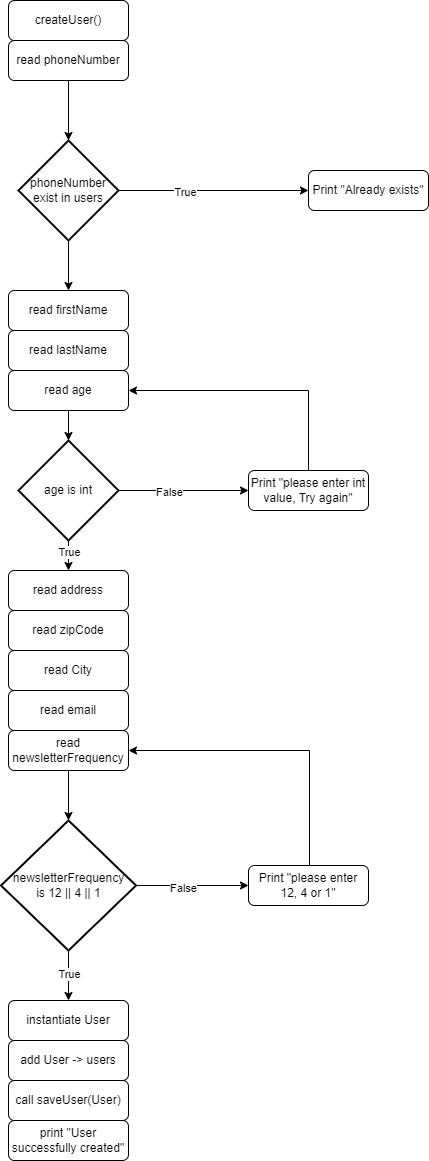
stoffer123/GF2_Projekt keeps this draw.io diagram as Diagrams/createUserFlowChart.drawio.png. Above is the earlier version. Source tidied: cells renumbered, new cells last; positions are measured from the earlier drawing's top-left corner, leaving out a move shared by most shapes. The source it was exported from:
```xml
<mxGraphModel>
  <root>
    <mxCell id="0" />
    <mxCell id="1" parent="0" />
    <mxCell id="2" value="createUser()" style="rounded=1;whiteSpace=wrap;html=1;fontSize=12;glass=0;strokeWidth=1;shadow=0;" parent="1" vertex="1">
      <mxGeometry x="8" width="120" height="40" as="geometry" />
    </mxCell>
    <mxCell id="3" value="read phoneNumber" style="rounded=1;whiteSpace=wrap;html=1;fontSize=12;glass=0;strokeWidth=1;shadow=0;" parent="1" vertex="1">
      <mxGeometry x="8" y="40" width="120" height="40" as="geometry" />
    </mxCell>
    <mxCell id="4" style="edgeStyle=orthogonalEdgeStyle;rounded=0;jettySize=auto;html=1;entryX=0;entryY=0.5;entryDx=0;entryDy=0;" parent="1" edge="1" source="7" target="9">
      <mxGeometry relative="1" as="geometry" />
    </mxCell>
    <mxCell id="5" value="True" style="edgeLabel;html=1;align=center;verticalAlign=middle;" parent="4" vertex="1">
      <mxGeometry x="-0.3" y="-1" relative="1" as="geometry" />
    </mxCell>
    <mxCell id="6" style="edgeStyle=orthogonalEdgeStyle;rounded=0;jettySize=auto;html=1;entryX=0.5;entryY=0;entryDx=0;entryDy=0;" parent="1" edge="1" source="7" target="10">
      <mxGeometry relative="1" as="geometry" />
    </mxCell>
    <mxCell id="7" value="phoneNumber exist in users" style="strokeWidth=2;html=1;shape=mxgraph.flowchart.decision;whiteSpace=wrap;" parent="1" vertex="1">
      <mxGeometry x="18" y="140" width="100" height="100" as="geometry" />
    </mxCell>
    <mxCell id="8" style="edgeStyle=orthogonalEdgeStyle;rounded=0;jettySize=auto;html=1;entryX=0.5;entryY=0;entryDx=0;entryDy=0;entryPerimeter=0;" parent="1" edge="1" source="3" target="7">
      <mxGeometry relative="1" as="geometry" />
    </mxCell>
    <mxCell id="9" value="Print &quot;Already exists&quot;" style="rounded=1;whiteSpace=wrap;html=1;fontSize=12;glass=0;strokeWidth=1;shadow=0;" parent="1" vertex="1">
      <mxGeometry x="308" y="170" width="120" height="40" as="geometry" />
    </mxCell>
    <mxCell id="10" value="read firstName" style="rounded=1;whiteSpace=wrap;html=1;fontSize=12;glass=0;strokeWidth=1;shadow=0;" parent="1" vertex="1">
      <mxGeometry x="8" y="290" width="120" height="40" as="geometry" />
    </mxCell>
    <mxCell id="11" value="read lastName" style="rounded=1;whiteSpace=wrap;html=1;fontSize=12;glass=0;strokeWidth=1;shadow=0;" parent="1" vertex="1">
      <mxGeometry x="8" y="330" width="120" height="40" as="geometry" />
    </mxCell>
    <mxCell id="12" style="edgeStyle=orthogonalEdgeStyle;rounded=0;jettySize=auto;html=1;" parent="1" edge="1" source="13" target="18">
      <mxGeometry relative="1" as="geometry" />
    </mxCell>
    <mxCell id="13" value="read age" style="rounded=1;whiteSpace=wrap;html=1;fontSize=12;glass=0;strokeWidth=1;shadow=0;" parent="1" vertex="1">
      <mxGeometry x="8" y="370" width="120" height="40" as="geometry" />
    </mxCell>
    <mxCell id="14" style="edgeStyle=orthogonalEdgeStyle;rounded=0;jettySize=auto;html=1;entryX=0;entryY=0.5;entryDx=0;entryDy=0;" parent="1" edge="1" source="18" target="20">
      <mxGeometry relative="1" as="geometry" />
    </mxCell>
    <mxCell id="15" value="False" style="edgeLabel;html=1;align=center;verticalAlign=middle;" parent="14" vertex="1">
      <mxGeometry x="-0.23" y="-1" relative="1" as="geometry" />
    </mxCell>
    <mxCell id="16" style="edgeStyle=orthogonalEdgeStyle;rounded=0;jettySize=auto;html=1;entryX=0.5;entryY=0;entryDx=0;entryDy=0;" parent="1" edge="1" source="18" target="21">
      <mxGeometry relative="1" as="geometry" />
    </mxCell>
    <mxCell id="17" value="True" style="edgeLabel;html=1;align=center;verticalAlign=middle;" parent="16" vertex="1">
      <mxGeometry x="0.24" relative="1" as="geometry" />
    </mxCell>
    <mxCell id="18" value="age is int" style="strokeWidth=2;html=1;shape=mxgraph.flowchart.decision;whiteSpace=wrap;" parent="1" vertex="1">
      <mxGeometry x="18" y="440" width="100" height="100" as="geometry" />
    </mxCell>
    <mxCell id="19" style="edgeStyle=orthogonalEdgeStyle;rounded=0;jettySize=auto;html=1;entryX=1;entryY=0.5;entryDx=0;entryDy=0;" parent="1" edge="1" source="20" target="13">
      <mxGeometry relative="1" as="geometry">
        <Array as="points">
          <mxPoint x="308" y="390" />
        </Array>
      </mxGeometry>
    </mxCell>
    <mxCell id="20" value="Print &quot;please enter int value, Try again&quot;" style="rounded=1;whiteSpace=wrap;html=1;fontSize=12;glass=0;strokeWidth=1;shadow=0;" parent="1" vertex="1">
      <mxGeometry x="248" y="470" width="120" height="40" as="geometry" />
    </mxCell>
    <mxCell id="21" value="read address" style="rounded=1;whiteSpace=wrap;html=1;fontSize=12;glass=0;strokeWidth=1;shadow=0;" parent="1" vertex="1">
      <mxGeometry x="8" y="570" width="120" height="40" as="geometry" />
    </mxCell>
    <mxCell id="22" value="read zipCode" style="rounded=1;whiteSpace=wrap;html=1;fontSize=12;glass=0;strokeWidth=1;shadow=0;" parent="1" vertex="1">
      <mxGeometry x="8" y="610" width="120" height="40" as="geometry" />
    </mxCell>
    <mxCell id="23" value="read City" style="rounded=1;whiteSpace=wrap;html=1;fontSize=12;glass=0;strokeWidth=1;shadow=0;" parent="1" vertex="1">
      <mxGeometry x="8" y="650" width="120" height="40" as="geometry" />
    </mxCell>
    <mxCell id="24" value="read email" style="rounded=1;whiteSpace=wrap;html=1;fontSize=12;glass=0;strokeWidth=1;shadow=0;" parent="1" vertex="1">
      <mxGeometry x="8" y="690" width="120" height="40" as="geometry" />
    </mxCell>
    <mxCell id="25" value="read newsletterFrequency" style="rounded=1;whiteSpace=wrap;html=1;fontSize=12;glass=0;strokeWidth=1;shadow=0;" parent="1" vertex="1">
      <mxGeometry x="8" y="730" width="120" height="40" as="geometry" />
    </mxCell>
    <mxCell id="26" style="edgeStyle=orthogonalEdgeStyle;rounded=0;jettySize=auto;html=1;entryX=0;entryY=0.5;entryDx=0;entryDy=0;" parent="1" edge="1" source="30" target="33">
      <mxGeometry relative="1" as="geometry" />
    </mxCell>
    <mxCell id="27" value="False" style="edgeLabel;html=1;align=center;verticalAlign=middle;" parent="26" vertex="1">
      <mxGeometry x="-0.17" y="-2" relative="1" as="geometry" />
    </mxCell>
    <mxCell id="28" style="edgeStyle=orthogonalEdgeStyle;rounded=0;jettySize=auto;html=1;entryX=0.5;entryY=0;entryDx=0;entryDy=0;" parent="1" edge="1" source="30" target="34">
      <mxGeometry relative="1" as="geometry" />
    </mxCell>
    <mxCell id="29" value="True" style="edgeLabel;html=1;align=center;verticalAlign=middle;" parent="28" vertex="1">
      <mxGeometry x="-0.08" relative="1" as="geometry" />
    </mxCell>
    <mxCell id="30" value="newsletterFrequency&lt;div&gt;is 12 || 4 || 1&lt;/div&gt;" style="strokeWidth=2;html=1;shape=mxgraph.flowchart.decision;whiteSpace=wrap;" parent="1" vertex="1">
      <mxGeometry x="0.5" y="820" width="135" height="130" as="geometry" />
    </mxCell>
    <mxCell id="31" style="edgeStyle=orthogonalEdgeStyle;rounded=0;jettySize=auto;html=1;entryX=0.5;entryY=0;entryDx=0;entryDy=0;entryPerimeter=0;" parent="1" edge="1" source="25" target="30">
      <mxGeometry relative="1" as="geometry" />
    </mxCell>
    <mxCell id="32" style="edgeStyle=orthogonalEdgeStyle;rounded=0;jettySize=auto;html=1;" parent="1" edge="1" source="33" target="25">
      <mxGeometry relative="1" as="geometry">
        <Array as="points">
          <mxPoint x="309" y="750" />
        </Array>
      </mxGeometry>
    </mxCell>
    <mxCell id="33" value="Print &quot;please enter 12, 4 or 1&quot;" style="rounded=1;whiteSpace=wrap;html=1;fontSize=12;glass=0;strokeWidth=1;shadow=0;" parent="1" vertex="1">
      <mxGeometry x="248" y="865" width="120" height="40" as="geometry" />
    </mxCell>
    <mxCell id="34" value="instantiate User" style="rounded=1;whiteSpace=wrap;html=1;fontSize=12;glass=0;strokeWidth=1;shadow=0;" parent="1" vertex="1">
      <mxGeometry x="8" y="1000" width="120" height="40" as="geometry" />
    </mxCell>
    <mxCell id="35" value="add User -&amp;gt; users" style="rounded=1;whiteSpace=wrap;html=1;fontSize=12;glass=0;strokeWidth=1;shadow=0;" parent="1" vertex="1">
      <mxGeometry x="8" y="1040" width="120" height="40" as="geometry" />
    </mxCell>
    <mxCell id="36" value="call saveUser(User)" style="rounded=1;whiteSpace=wrap;html=1;fontSize=12;glass=0;strokeWidth=1;shadow=0;" parent="1" vertex="1">
      <mxGeometry x="8" y="1080" width="120" height="40" as="geometry" />
    </mxCell>
    <mxCell id="37" value="print &quot;User successfully created&quot;" style="rounded=1;whiteSpace=wrap;html=1;fontSize=12;glass=0;strokeWidth=1;shadow=0;" parent="1" vertex="1">
      <mxGeometry x="8" y="1120" width="120" height="40" as="geometry" />
    </mxCell>
  </root>
</mxGraphModel>
```
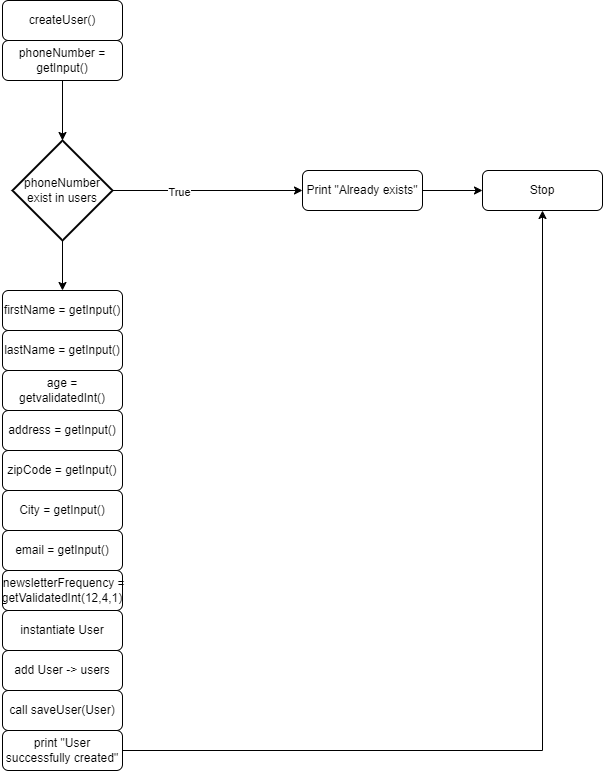
The same file after the commit.

Commit message:
Updated createUser() flowchart

The edit, as a diff of the source:
```diff
@@ -5,7 +5,7 @@
     <mxCell id="2" value="createUser()" style="rounded=1;whiteSpace=wrap;html=1;fontSize=12;glass=0;strokeWidth=1;shadow=0;" parent="1" vertex="1">
       <mxGeometry x="8" width="120" height="40" as="geometry" />
     </mxCell>
-    <mxCell id="3" value="read phoneNumber" style="rounded=1;whiteSpace=wrap;html=1;fontSize=12;glass=0;strokeWidth=1;shadow=0;" parent="1" vertex="1">
+    <mxCell id="3" value="phoneNumber = getInput()" style="rounded=1;whiteSpace=wrap;html=1;fontSize=12;glass=0;strokeWidth=1;shadow=0;" parent="1" vertex="1">
       <mxGeometry x="8" y="40" width="120" height="40" as="geometry" />
     </mxCell>
     <mxCell id="4" style="edgeStyle=orthogonalEdgeStyle;rounded=0;jettySize=auto;html=1;entryX=0;entryY=0.5;entryDx=0;entryDy=0;" parent="1" edge="1" source="7" target="9">
@@ -23,100 +23,56 @@
     <mxCell id="8" style="edgeStyle=orthogonalEdgeStyle;rounded=0;jettySize=auto;html=1;entryX=0.5;entryY=0;entryDx=0;entryDy=0;entryPerimeter=0;" parent="1" edge="1" source="3" target="7">
       <mxGeometry relative="1" as="geometry" />
     </mxCell>
+    <mxCell id="38" style="edgeStyle=orthogonalEdgeStyle;rounded=0;jettySize=auto;html=1;" parent="1" edge="1" source="9" target="40">
+      <mxGeometry relative="1" as="geometry" />
+    </mxCell>
     <mxCell id="9" value="Print &quot;Already exists&quot;" style="rounded=1;whiteSpace=wrap;html=1;fontSize=12;glass=0;strokeWidth=1;shadow=0;" parent="1" vertex="1">
       <mxGeometry x="308" y="170" width="120" height="40" as="geometry" />
     </mxCell>
-    <mxCell id="10" value="read firstName" style="rounded=1;whiteSpace=wrap;html=1;fontSize=12;glass=0;strokeWidth=1;shadow=0;" parent="1" vertex="1">
+    <mxCell id="10" value="firstName = getInput()" style="rounded=1;whiteSpace=wrap;html=1;fontSize=12;glass=0;strokeWidth=1;shadow=0;" parent="1" vertex="1">
       <mxGeometry x="8" y="290" width="120" height="40" as="geometry" />
     </mxCell>
-    <mxCell id="11" value="read lastName" style="rounded=1;whiteSpace=wrap;html=1;fontSize=12;glass=0;strokeWidth=1;shadow=0;" parent="1" vertex="1">
+    <mxCell id="11" value="lastName&amp;nbsp;= getInput()" style="rounded=1;whiteSpace=wrap;html=1;fontSize=12;glass=0;strokeWidth=1;shadow=0;" parent="1" vertex="1">
       <mxGeometry x="8" y="330" width="120" height="40" as="geometry" />
     </mxCell>
-    <mxCell id="12" style="edgeStyle=orthogonalEdgeStyle;rounded=0;jettySize=auto;html=1;" parent="1" edge="1" source="13" target="18">
+    <mxCell id="12" style="edgeStyle=orthogonalEdgeStyle;rounded=0;jettySize=auto;html=1;entryX=0.5;entryY=0;entryDx=0;entryDy=0;" parent="1" edge="1" source="13" target="21">
       <mxGeometry relative="1" as="geometry" />
     </mxCell>
-    <mxCell id="13" value="read age" style="rounded=1;whiteSpace=wrap;html=1;fontSize=12;glass=0;strokeWidth=1;shadow=0;" parent="1" vertex="1">
+    <mxCell id="13" value="age&amp;nbsp;= getvalidatedInt()" style="rounded=1;whiteSpace=wrap;html=1;fontSize=12;glass=0;strokeWidth=1;shadow=0;" parent="1" vertex="1">
       <mxGeometry x="8" y="370" width="120" height="40" as="geometry" />
     </mxCell>
-    <mxCell id="14" style="edgeStyle=orthogonalEdgeStyle;rounded=0;jettySize=auto;html=1;entryX=0;entryY=0.5;entryDx=0;entryDy=0;" parent="1" edge="1" source="18" target="20">
-      <mxGeometry relative="1" as="geometry" />
-    </mxCell>
-    <mxCell id="15" value="False" style="edgeLabel;html=1;align=center;verticalAlign=middle;" parent="14" vertex="1">
-      <mxGeometry x="-0.23" y="-1" relative="1" as="geometry" />
-    </mxCell>
-    <mxCell id="16" style="edgeStyle=orthogonalEdgeStyle;rounded=0;jettySize=auto;html=1;entryX=0.5;entryY=0;entryDx=0;entryDy=0;" parent="1" edge="1" source="18" target="21">
-      <mxGeometry relative="1" as="geometry" />
-    </mxCell>
-    <mxCell id="17" value="True" style="edgeLabel;html=1;align=center;verticalAlign=middle;" parent="16" vertex="1">
-      <mxGeometry x="0.24" relative="1" as="geometry" />
-    </mxCell>
-    <mxCell id="18" value="age is int" style="strokeWidth=2;html=1;shape=mxgraph.flowchart.decision;whiteSpace=wrap;" parent="1" vertex="1">
-      <mxGeometry x="18" y="440" width="100" height="100" as="geometry" />
-    </mxCell>
-    <mxCell id="19" style="edgeStyle=orthogonalEdgeStyle;rounded=0;jettySize=auto;html=1;entryX=1;entryY=0.5;entryDx=0;entryDy=0;" parent="1" edge="1" source="20" target="13">
-      <mxGeometry relative="1" as="geometry">
-        <Array as="points">
-          <mxPoint x="308" y="390" />
-        </Array>
-      </mxGeometry>
-    </mxCell>
-    <mxCell id="20" value="Print &quot;please enter int value, Try again&quot;" style="rounded=1;whiteSpace=wrap;html=1;fontSize=12;glass=0;strokeWidth=1;shadow=0;" parent="1" vertex="1">
-      <mxGeometry x="248" y="470" width="120" height="40" as="geometry" />
-    </mxCell>
-    <mxCell id="21" value="read address" style="rounded=1;whiteSpace=wrap;html=1;fontSize=12;glass=0;strokeWidth=1;shadow=0;" parent="1" vertex="1">
-      <mxGeometry x="8" y="570" width="120" height="40" as="geometry" />
+    <mxCell id="21" value="address&amp;nbsp;= getInput()" style="rounded=1;whiteSpace=wrap;html=1;fontSize=12;glass=0;strokeWidth=1;shadow=0;" parent="1" vertex="1">
+      <mxGeometry x="8" y="410" width="120" height="40" as="geometry" />
     </mxCell>
-    <mxCell id="22" value="read zipCode" style="rounded=1;whiteSpace=wrap;html=1;fontSize=12;glass=0;strokeWidth=1;shadow=0;" parent="1" vertex="1">
-      <mxGeometry x="8" y="610" width="120" height="40" as="geometry" />
+    <mxCell id="22" value="zipCode&amp;nbsp;= getInput()" style="rounded=1;whiteSpace=wrap;html=1;fontSize=12;glass=0;strokeWidth=1;shadow=0;" parent="1" vertex="1">
+      <mxGeometry x="8" y="450" width="120" height="40" as="geometry" />
     </mxCell>
-    <mxCell id="23" value="read City" style="rounded=1;whiteSpace=wrap;html=1;fontSize=12;glass=0;strokeWidth=1;shadow=0;" parent="1" vertex="1">
-      <mxGeometry x="8" y="650" width="120" height="40" as="geometry" />
+    <mxCell id="23" value="City&amp;nbsp;= getInput()" style="rounded=1;whiteSpace=wrap;html=1;fontSize=12;glass=0;strokeWidth=1;shadow=0;" parent="1" vertex="1">
+      <mxGeometry x="8" y="490" width="120" height="40" as="geometry" />
     </mxCell>
-    <mxCell id="24" value="read email" style="rounded=1;whiteSpace=wrap;html=1;fontSize=12;glass=0;strokeWidth=1;shadow=0;" parent="1" vertex="1">
-      <mxGeometry x="8" y="690" width="120" height="40" as="geometry" />
+    <mxCell id="24" value="email&amp;nbsp;= getInput()" style="rounded=1;whiteSpace=wrap;html=1;fontSize=12;glass=0;strokeWidth=1;shadow=0;" parent="1" vertex="1">
+      <mxGeometry x="8" y="530" width="120" height="40" as="geometry" />
     </mxCell>
-    <mxCell id="25" value="read newsletterFrequency" style="rounded=1;whiteSpace=wrap;html=1;fontSize=12;glass=0;strokeWidth=1;shadow=0;" parent="1" vertex="1">
-      <mxGeometry x="8" y="730" width="120" height="40" as="geometry" />
+    <mxCell id="25" value="&amp;nbsp;newsletterFrequency&amp;nbsp;= getValidatedInt(12,4,1)" style="rounded=1;whiteSpace=wrap;html=1;fontSize=12;glass=0;strokeWidth=1;shadow=0;" parent="1" vertex="1">
+      <mxGeometry x="8" y="570" width="120" height="40" as="geometry" />
     </mxCell>
-    <mxCell id="26" style="edgeStyle=orthogonalEdgeStyle;rounded=0;jettySize=auto;html=1;entryX=0;entryY=0.5;entryDx=0;entryDy=0;" parent="1" edge="1" source="30" target="33">
-      <mxGeometry relative="1" as="geometry" />
-    </mxCell>
-    <mxCell id="27" value="False" style="edgeLabel;html=1;align=center;verticalAlign=middle;" parent="26" vertex="1">
-      <mxGeometry x="-0.17" y="-2" relative="1" as="geometry" />
-    </mxCell>
-    <mxCell id="28" style="edgeStyle=orthogonalEdgeStyle;rounded=0;jettySize=auto;html=1;entryX=0.5;entryY=0;entryDx=0;entryDy=0;" parent="1" edge="1" source="30" target="34">
-      <mxGeometry relative="1" as="geometry" />
-    </mxCell>
-    <mxCell id="29" value="True" style="edgeLabel;html=1;align=center;verticalAlign=middle;" parent="28" vertex="1">
-      <mxGeometry x="-0.08" relative="1" as="geometry" />
-    </mxCell>
-    <mxCell id="30" value="newsletterFrequency&lt;div&gt;is 12 || 4 || 1&lt;/div&gt;" style="strokeWidth=2;html=1;shape=mxgraph.flowchart.decision;whiteSpace=wrap;" parent="1" vertex="1">
-      <mxGeometry x="0.5" y="820" width="135" height="130" as="geometry" />
-    </mxCell>
-    <mxCell id="31" style="edgeStyle=orthogonalEdgeStyle;rounded=0;jettySize=auto;html=1;entryX=0.5;entryY=0;entryDx=0;entryDy=0;entryPerimeter=0;" parent="1" edge="1" source="25" target="30">
-      <mxGeometry relative="1" as="geometry" />
-    </mxCell>
-    <mxCell id="32" style="edgeStyle=orthogonalEdgeStyle;rounded=0;jettySize=auto;html=1;" parent="1" edge="1" source="33" target="25">
-      <mxGeometry relative="1" as="geometry">
-        <Array as="points">
-          <mxPoint x="309" y="750" />
-        </Array>
-      </mxGeometry>
-    </mxCell>
-    <mxCell id="33" value="Print &quot;please enter 12, 4 or 1&quot;" style="rounded=1;whiteSpace=wrap;html=1;fontSize=12;glass=0;strokeWidth=1;shadow=0;" parent="1" vertex="1">
-      <mxGeometry x="248" y="865" width="120" height="40" as="geometry" />
-    </mxCell>
     <mxCell id="34" value="instantiate User" style="rounded=1;whiteSpace=wrap;html=1;fontSize=12;glass=0;strokeWidth=1;shadow=0;" parent="1" vertex="1">
-      <mxGeometry x="8" y="1000" width="120" height="40" as="geometry" />
+      <mxGeometry x="8" y="610" width="120" height="40" as="geometry" />
     </mxCell>
     <mxCell id="35" value="add User -&amp;gt; users" style="rounded=1;whiteSpace=wrap;html=1;fontSize=12;glass=0;strokeWidth=1;shadow=0;" parent="1" vertex="1">
-      <mxGeometry x="8" y="1040" width="120" height="40" as="geometry" />
+      <mxGeometry x="8" y="650" width="120" height="40" as="geometry" />
     </mxCell>
     <mxCell id="36" value="call saveUser(User)" style="rounded=1;whiteSpace=wrap;html=1;fontSize=12;glass=0;strokeWidth=1;shadow=0;" parent="1" vertex="1">
-      <mxGeometry x="8" y="1080" width="120" height="40" as="geometry" />
+      <mxGeometry x="8" y="690" width="120" height="40" as="geometry" />
     </mxCell>
+    <mxCell id="39" style="edgeStyle=orthogonalEdgeStyle;rounded=0;jettySize=auto;html=1;" parent="1" edge="1" source="37" target="40">
+      <mxGeometry relative="1" as="geometry" />
+    </mxCell>
     <mxCell id="37" value="print &quot;User successfully created&quot;" style="rounded=1;whiteSpace=wrap;html=1;fontSize=12;glass=0;strokeWidth=1;shadow=0;" parent="1" vertex="1">
-      <mxGeometry x="8" y="1120" width="120" height="40" as="geometry" />
+      <mxGeometry x="8" y="730" width="120" height="40" as="geometry" />
     </mxCell>
+    <mxCell id="40" value="Stop" style="rounded=1;whiteSpace=wrap;html=1;fontSize=12;glass=0;strokeWidth=1;shadow=0;" parent="1" vertex="1">
+      <mxGeometry x="488" y="170" width="120" height="40" as="geometry" />
+    </mxCell>
   </root>
 </mxGraphModel>
```
